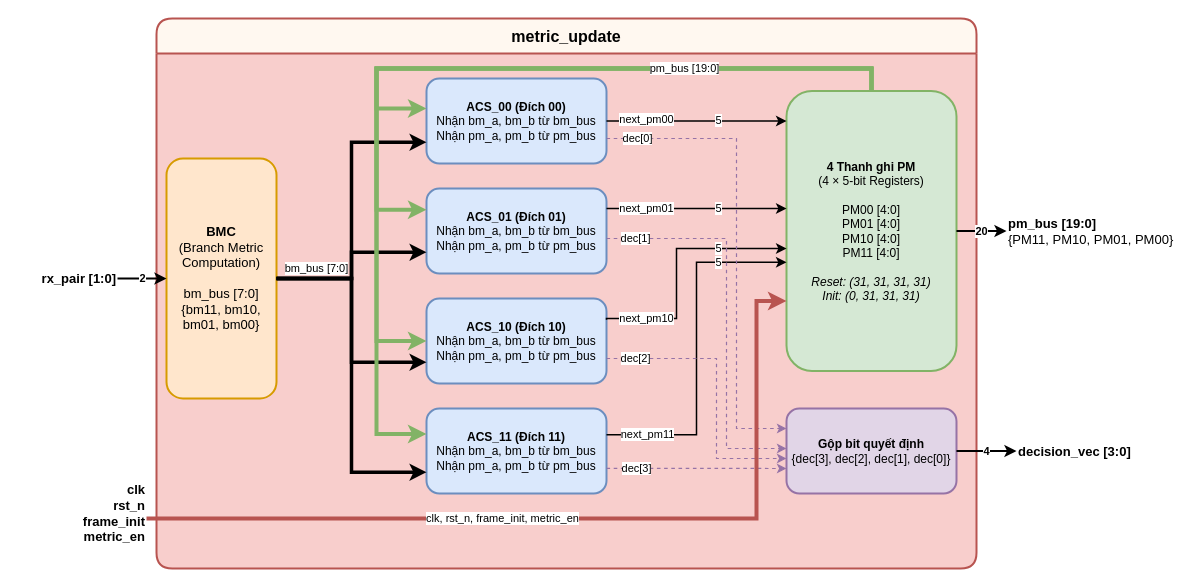
Earlier version of the draw.io diagram page "metric_update" (15 of 18) of docs/Viterbi_decoder.drawio (nvh1811/viterbi_decoder). Source tidied: cells renumbered, new cells numbered last; positions are measured from the earlier drawing's top-left corner, leaving out a move shared by most shapes. Both pictures are drawn from the tidied source at 100%, with x=0, y=0 at pixel (17, 18).
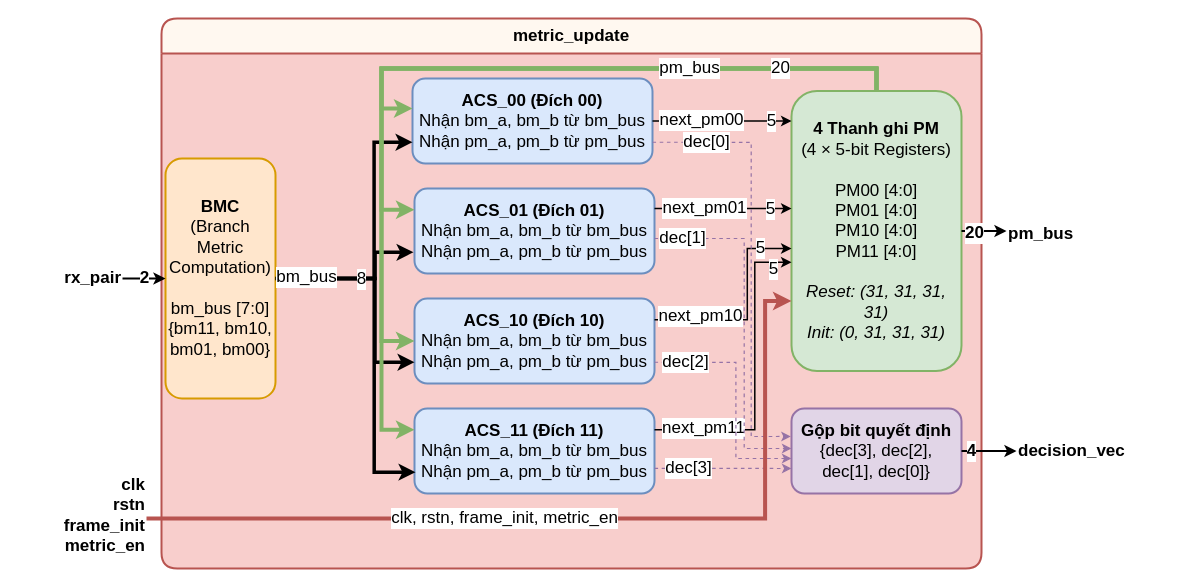
Above is the later version.

Diff of the diagram source:
```diff
@@
-    <mxCell id="2" value="metric_update" style="swimlane;whiteSpace=wrap;html=1;fillColor=#FFF8F0;strokeColor=#B85450;strokeWidth=2;fontStyle=1;fontSize=16;startSize=35;rounded=1;gradientColor=none;swimlaneFillColor=#F8CECC;" parent="1" vertex="1">
-      <mxGeometry x="139" width="820" height="550" as="geometry" />
+    <mxCell id="2" value="&lt;font style=&quot;font-size: 17px;&quot;&gt;metric_update&lt;/font&gt;" style="swimlane;whiteSpace=wrap;html=1;fillColor=#FFF8F0;strokeColor=#B85450;strokeWidth=2;fontStyle=1;fontSize=16;startSize=35;rounded=1;gradientColor=none;swimlaneFillColor=#F8CECC;" parent="1" vertex="1">
+      <mxGeometry x="144" width="820" height="550" as="geometry" />
     </mxCell>
-    <mxCell id="3" value="&lt;b&gt;BMC&lt;/b&gt;&lt;br&gt;(Branch Metric&lt;br&gt;Computation)&lt;br&gt;&lt;br&gt;bm_bus [7:0]&lt;br&gt;{bm11, bm10,&lt;br&gt;bm01, bm00}" style="rounded=1;whiteSpace=wrap;html=1;fillColor=#FFE6CC;strokeColor=#D79B00;strokeWidth=2;fontSize=13;" parent="2" vertex="1">
-      <mxGeometry x="10" y="140" width="110" height="240" as="geometry" />
+    <mxCell id="3" value="&lt;b&gt;BMC&lt;/b&gt;&lt;br&gt;(Branch Metric&lt;br&gt;Computation)&lt;br&gt;&lt;br&gt;bm_bus [7:0]&lt;br&gt;{bm11, bm10,&lt;br&gt;bm01, bm00}" style="rounded=1;whiteSpace=wrap;html=1;fillColor=#FFE6CC;strokeColor=#D79B00;strokeWidth=2;fontSize=17;" parent="2" vertex="1">
+      <mxGeometry x="4" y="140" width="110" height="240" as="geometry" />
     </mxCell>
-    <mxCell id="4" value="&lt;b&gt;ACS_00 (Đích 00)&lt;/b&gt;&lt;br&gt;Nhận bm_a, bm_b từ bm_bus&lt;div&gt;Nhận pm_a, pm_b từ pm_bus&lt;/div&gt;" style="rounded=1;whiteSpace=wrap;html=1;fillColor=#DAE8FC;strokeColor=#6C8EBF;strokeWidth=2;fontSize=12;" parent="2" vertex="1">
-      <mxGeometry x="270" y="60" width="180" height="85" as="geometry" />
+    <mxCell id="4" value="&lt;b&gt;ACS_00 (Đích 00)&lt;/b&gt;&lt;br&gt;Nhận bm_a, bm_b từ bm_bus&lt;div&gt;Nhận pm_a, pm_b từ pm_bus&lt;/div&gt;" style="rounded=1;whiteSpace=wrap;html=1;fillColor=#DAE8FC;strokeColor=#6C8EBF;strokeWidth=2;fontSize=17;" parent="2" vertex="1">
+      <mxGeometry x="251" y="60" width="240" height="85" as="geometry" />
     </mxCell>
-    <mxCell id="5" value="&lt;b&gt;ACS_01 (Đích 01)&lt;/b&gt;&lt;br&gt;Nhận bm_a, bm_b từ bm_bus&lt;div&gt;Nhận pm_a, pm_b từ pm_bus&lt;/div&gt;" style="rounded=1;whiteSpace=wrap;html=1;fillColor=#DAE8FC;strokeColor=#6C8EBF;strokeWidth=2;fontSize=12;" parent="2" vertex="1">
-      <mxGeometry x="270" y="170" width="180" height="85" as="geometry" />
+    <mxCell id="5" value="&lt;b&gt;ACS_01 (Đích 01)&lt;/b&gt;&lt;br&gt;Nhận bm_a, bm_b từ bm_bus&lt;div&gt;Nhận pm_a, pm_b từ pm_bus&lt;/div&gt;" style="rounded=1;whiteSpace=wrap;html=1;fillColor=#DAE8FC;strokeColor=#6C8EBF;strokeWidth=2;fontSize=17;" parent="2" vertex="1">
+      <mxGeometry x="253" y="170" width="240" height="85" as="geometry" />
     </mxCell>
-    <mxCell id="6" value="&lt;b&gt;ACS_10 (Đích 10)&lt;/b&gt;&lt;br&gt;Nhận bm_a, bm_b từ bm_bus&lt;div&gt;Nhận pm_a, pm_b từ pm_bus&lt;/div&gt;" style="rounded=1;whiteSpace=wrap;html=1;fillColor=#DAE8FC;strokeColor=#6C8EBF;strokeWidth=2;fontSize=12;" parent="2" vertex="1">
-      <mxGeometry x="270" y="280" width="180" height="85" as="geometry" />
+    <mxCell id="6" value="&lt;b&gt;ACS_10 (Đích 10)&lt;/b&gt;&lt;br&gt;Nhận bm_a, bm_b từ bm_bus&lt;div&gt;Nhận pm_a, pm_b từ pm_bus&lt;/div&gt;" style="rounded=1;whiteSpace=wrap;html=1;fillColor=#DAE8FC;strokeColor=#6C8EBF;strokeWidth=2;fontSize=17;" parent="2" vertex="1">
+      <mxGeometry x="253" y="280" width="240" height="85" as="geometry" />
     </mxCell>
-    <mxCell id="7" value="&lt;b&gt;ACS_11 (Đích 11)&lt;/b&gt;&lt;br&gt;Nhận bm_a, bm_b từ bm_bus&lt;div&gt;Nhận pm_a, pm_b từ pm_bus&lt;/div&gt;" style="rounded=1;whiteSpace=wrap;html=1;fillColor=#DAE8FC;strokeColor=#6C8EBF;strokeWidth=2;fontSize=12;" parent="2" vertex="1">
-      <mxGeometry x="270" y="390" width="180" height="85" as="geometry" />
+    <mxCell id="7" value="&lt;b&gt;ACS_11 (Đích 11)&lt;/b&gt;&lt;br&gt;Nhận bm_a, bm_b từ bm_bus&lt;div&gt;Nhận pm_a, pm_b từ pm_bus&lt;/div&gt;" style="rounded=1;whiteSpace=wrap;html=1;fillColor=#DAE8FC;strokeColor=#6C8EBF;strokeWidth=2;fontSize=17;" parent="2" vertex="1">
+      <mxGeometry x="253" y="390" width="240" height="85" as="geometry" />
     </mxCell>
-    <mxCell id="8" value="&lt;b&gt;4 Thanh ghi PM&lt;/b&gt;&lt;br&gt;(4 × 5-bit Registers)&lt;br&gt;&lt;br&gt;PM00 [4:0]&lt;br&gt;PM01 [4:0]&lt;br&gt;PM10 [4:0]&lt;br&gt;PM11 [4:0]&lt;br&gt;&lt;br&gt;&lt;i&gt;Reset: (31, 31, 31, 31)&lt;br&gt;Init: (0, 31, 31, 31)&lt;/i&gt;" style="rounded=1;whiteSpace=wrap;html=1;fillColor=#D5E8D4;strokeColor=#82B366;strokeWidth=2;fontSize=12;" parent="2" vertex="1">
+    <mxCell id="8" value="&lt;b&gt;4 Thanh ghi PM&lt;/b&gt;&lt;br&gt;(4 × 5-bit Registers)&lt;br&gt;&lt;br&gt;PM00 [4:0]&lt;br&gt;PM01 [4:0]&lt;br&gt;PM10 [4:0]&lt;br&gt;PM11 [4:0]&lt;br&gt;&lt;br&gt;&lt;i&gt;Reset: (31, 31, 31, 31)&lt;br&gt;Init: (0, 31, 31, 31)&lt;/i&gt;" style="rounded=1;whiteSpace=wrap;html=1;fillColor=#D5E8D4;strokeColor=#82B366;strokeWidth=2;fontSize=17;" parent="2" vertex="1">
       <mxGeometry x="630" y="72.5" width="170" height="280" as="geometry" />
     </mxCell>
-    <mxCell id="9" value="&lt;b&gt;Gộp bit quyết định&lt;/b&gt;&lt;br&gt;{dec[3], dec[2], dec[1], dec[0]}" style="rounded=1;whiteSpace=wrap;html=1;fillColor=#E1D5E7;strokeColor=#9673A6;strokeWidth=2;fontSize=12;" parent="2" vertex="1">
+    <mxCell id="9" value="&lt;b&gt;Gộp bit quyết định&lt;/b&gt;&lt;br&gt;{dec[3], dec[2], dec[1], dec[0]}" style="rounded=1;whiteSpace=wrap;html=1;fillColor=#E1D5E7;strokeColor=#9673A6;strokeWidth=2;fontSize=17;" parent="2" vertex="1">
       <mxGeometry x="630" y="390" width="170" height="85" as="geometry" />
     </mxCell>
-    <mxCell id="10" value="bm_bus [7:0]" style="edgeStyle=orthogonalEdgeStyle;rounded=0;html=1;strokeWidth=3.5;entryX=0;entryY=0.75;entryDx=0;entryDy=0;exitX=1;exitY=0.5;exitDx=0;exitDy=0;" parent="2" edge="1" source="3" target="4">
-      <mxGeometry x="-0.72" y="10" relative="1" as="geometry" />
+    <mxCell id="10" style="edgeStyle=orthogonalEdgeStyle;rounded=0;html=1;strokeWidth=3.5;entryX=0;entryY=0.75;entryDx=0;entryDy=0;exitX=1;exitY=0.5;exitDx=0;exitDy=0;fontSize=17;" parent="2" edge="1" source="3" target="4">
+      <mxGeometry x="-0.8" y="-17" relative="1" as="geometry">
+        <Array as="points">
+          <mxPoint x="212.6" y="260" />
+          <mxPoint x="212.6" y="123.8" />
+        </Array>
+      </mxGeometry>
     </mxCell>
-    <mxCell id="11" style="edgeStyle=orthogonalEdgeStyle;rounded=0;html=1;strokeWidth=3.5;entryX=0;entryY=0.75;entryDx=0;entryDy=0;" parent="2" edge="1" source="3" target="5">
-      <mxGeometry x="0.32" relative="1" as="geometry" />
+    <mxCell id="11" style="edgeStyle=orthogonalEdgeStyle;rounded=0;html=1;strokeWidth=3.5;entryX=0;entryY=0.75;entryDx=0;entryDy=0;" parent="2" edge="1">
+      <mxGeometry x="0.32" relative="1" as="geometry">
+        <mxPoint x="119" y="260" as="sourcePoint" />
+        <mxPoint x="252" y="233.8" as="targetPoint" />
+        <Array as="points">
+          <mxPoint x="213.6" y="260" />
+          <mxPoint x="213.6" y="233.8" />
+        </Array>
+      </mxGeometry>
     </mxCell>
     <mxCell id="12" style="edgeStyle=orthogonalEdgeStyle;rounded=0;html=1;strokeWidth=3.5;entryX=0;entryY=0.75;entryDx=0;entryDy=0;" parent="2" edge="1" source="3" target="6">
-      <mxGeometry x="0.16" relative="1" as="geometry" />
+      <mxGeometry x="0.16" relative="1" as="geometry">
+        <Array as="points">
+          <mxPoint x="213.5" y="260" />
+          <mxPoint x="213.5" y="343.8" />
+        </Array>
+      </mxGeometry>
     </mxCell>
-    <mxCell id="13" style="edgeStyle=orthogonalEdgeStyle;rounded=0;html=1;strokeWidth=3.5;entryX=0;entryY=0.75;entryDx=0;entryDy=0;" parent="2" edge="1" source="3" target="7">
-      <mxGeometry x="0.08" relative="1" as="geometry" />
+    <mxCell id="13" style="edgeStyle=orthogonalEdgeStyle;rounded=0;html=1;strokeWidth=3.5;entryX=0;entryY=0.75;entryDx=0;entryDy=0;fontSize=17;" parent="2" edge="1">
+      <mxGeometry x="0.08" relative="1" as="geometry">
+        <mxPoint x="121" y="260" as="sourcePoint" />
+        <mxPoint x="254" y="453.7" as="targetPoint" />
+        <Array as="points">
+          <mxPoint x="212.7" y="260" />
+          <mxPoint x="212.7" y="453.8" />
+        </Array>
+      </mxGeometry>
     </mxCell>
+    <mxCell id="39" value="8" style="edgeLabel;html=1;align=center;verticalAlign=middle;inheritText=1;fontSize=17;" parent="13" vertex="1">
+      <mxGeometry x="-0.54" y="-2" relative="1" as="geometry">
+        <mxPoint x="3" y="-2" as="offset" />
+      </mxGeometry>
+    </mxCell>
+    <mxCell id="40" value="bm_bus" style="edgeLabel;html=1;align=center;verticalAlign=middle;inheritText=1;fontSize=17;" parent="13" vertex="1">
+      <mxGeometry x="-0.86" y="2" relative="1" as="geometry" />
+    </mxCell>
-    <mxCell id="14" value="next_pm00" style="edgeStyle=orthogonalEdgeStyle;rounded=0;html=1;strokeWidth=1.5;" parent="2" edge="1" source="4" target="8">
-      <mxGeometry x="-0.56" y="2" relative="1" as="geometry">
+    <mxCell id="14" value="next_pm00" style="edgeStyle=orthogonalEdgeStyle;rounded=0;html=1;strokeWidth=1.5;fontSize=17;" parent="2" edge="1" source="4" target="8">
+      <mxGeometry x="-0.3" y="1" relative="1" as="geometry">
         <Array as="points">
           <mxPoint x="530" y="102.5" />
           <mxPoint x="530" y="102.5" />
         </Array>
       </mxGeometry>
     </mxCell>
-    <mxCell id="15" value="5" style="edgeLabel;html=1;align=center;verticalAlign=middle;inheritText=1;" parent="14" vertex="1">
+    <mxCell id="15" value="5" style="edgeLabel;html=1;align=center;verticalAlign=middle;inheritText=fontFamily,fontColor,fontStyle,textOpacity,labelBorderColor,labelBorderWidth,labelBackgroundColor,defaultLabelBackgroundColor,labelPadding;fontSize=17;" parent="14" vertex="1">
       <mxGeometry x="0.12" y="-1" relative="1" as="geometry">
-        <mxPoint x="10" y="-2" as="offset" />
+        <mxPoint x="40" y="-1" as="offset" />
       </mxGeometry>
     </mxCell>
-    <mxCell id="16" value="next_pm01" style="edgeStyle=orthogonalEdgeStyle;rounded=0;html=1;strokeWidth=1.5;" parent="2" edge="1" source="5" target="8">
-      <mxGeometry x="-0.56" relative="1" as="geometry">
+    <mxCell id="16" value="next_pm01" style="edgeStyle=orthogonalEdgeStyle;rounded=0;html=1;strokeWidth=1.5;fontSize=17;" parent="2" edge="1" source="5" target="8">
+      <mxGeometry x="-0.27" relative="1" as="geometry">
         <Array as="points">
           <mxPoint x="590" y="190" />
           <mxPoint x="590" y="190" />
         </Array>
       </mxGeometry>
     </mxCell>
-    <mxCell id="17" value="5" style="edgeLabel;html=1;align=center;verticalAlign=middle;inheritText=1;" parent="16" vertex="1">
+    <mxCell id="17" value="5" style="edgeLabel;html=1;align=center;verticalAlign=middle;inheritText=1;fontSize=17;" parent="16" vertex="1">
       <mxGeometry x="0.29" relative="1" as="geometry">
-        <mxPoint x="-5" y="-1" as="offset" />
+        <mxPoint x="27" as="offset" />
       </mxGeometry>
     </mxCell>
-    <mxCell id="18" value="next_pm10" style="edgeStyle=orthogonalEdgeStyle;rounded=0;html=1;strokeWidth=1.5;exitX=1;exitY=0.25;exitDx=0;exitDy=0;" parent="2" edge="1" source="6" target="8">
-      <mxGeometry x="-0.67" relative="1" as="geometry">
+    <mxCell id="18" value="next_pm10" style="edgeStyle=orthogonalEdgeStyle;rounded=0;html=1;strokeWidth=1.5;exitX=1;exitY=0.25;exitDx=0;exitDy=0;fontSize=17;" parent="2" edge="1" source="6" target="8">
+      <mxGeometry x="-0.56" y="3" relative="1" as="geometry">
         <Array as="points">
-          <mxPoint x="450" y="300" />
-          <mxPoint x="520" y="300" />
-          <mxPoint x="520" y="230" />
+          <mxPoint x="585.8" y="301.3" />
+          <mxPoint x="585.8" y="230" />
         </Array>
       </mxGeometry>
     </mxCell>
-    <mxCell id="19" value="5" style="edgeLabel;html=1;align=center;verticalAlign=middle;inheritText=1;" parent="18" vertex="1">
-      <mxGeometry x="0.42" relative="1" as="geometry">
-        <mxPoint x="5" y="-1" as="offset" />
+    <mxCell id="19" value="5" style="edgeLabel;html=1;align=center;verticalAlign=middle;inheritText=1;fontSize=17;" parent="18" vertex="1">
+      <mxGeometry x="0.18" relative="1" as="geometry">
+        <mxPoint x="13" y="-42" as="offset" />
       </mxGeometry>
     </mxCell>
-    <mxCell id="20" value="next_pm11" style="edgeStyle=orthogonalEdgeStyle;rounded=0;html=1;strokeWidth=1.5;" parent="2" edge="1">
-      <mxGeometry x="-0.77" relative="1" as="geometry">
-        <mxPoint x="450" y="416.2" as="sourcePoint" />
+    <mxCell id="20" value="next_pm11" style="edgeStyle=orthogonalEdgeStyle;rounded=0;html=1;strokeWidth=1.5;exitX=1;exitY=0.25;exitDx=0;exitDy=0;fontSize=17;" parent="2" edge="1" source="7">
+      <mxGeometry x="-0.68" y="1" relative="1" as="geometry">
         <mxPoint x="630" y="243.8" as="targetPoint" />
         <Array as="points">
-          <mxPoint x="540" y="416.3" />
-          <mxPoint x="540" y="243.8" />
+          <mxPoint x="593.3" y="411.3" />
+          <mxPoint x="593.3" y="243.8" />
         </Array>
       </mxGeometry>
     </mxCell>
-    <mxCell id="21" value="5" style="edgeLabel;html=1;align=center;verticalAlign=middle;inheritText=1;" parent="20" vertex="1">
+    <mxCell id="21" value="5" style="edgeLabel;html=1;align=center;verticalAlign=middle;inheritText=1;fontSize=17;" parent="20" vertex="1">
       <mxGeometry x="0.55" y="-1" relative="1" as="geometry">
-        <mxPoint x="11" y="-1" as="offset" />
+        <mxPoint x="17" y="-25" as="offset" />
       </mxGeometry>
     </mxCell>
-    <mxCell id="22" value="dec[0]" style="edgeStyle=orthogonalEdgeStyle;rounded=0;html=1;strokeColor=#9673A6;strokeWidth=1.2;dashed=1;" parent="2" edge="1">
-      <mxGeometry x="-0.87" relative="1" as="geometry">
-        <mxPoint x="450" y="120" as="sourcePoint" />
-        <mxPoint x="630" y="410" as="targetPoint" />
+    <mxCell id="22" value="dec[0]" style="edgeStyle=orthogonalEdgeStyle;rounded=0;html=1;strokeColor=#9673A6;strokeWidth=1.2;dashed=1;exitX=1;exitY=0.75;exitDx=0;exitDy=0;fontSize=17;entryX=-0.004;entryY=0.329;entryDx=0;entryDy=0;entryPerimeter=0;" parent="2" edge="1" source="4" target="9">
+      <mxGeometry x="-0.75" relative="1" as="geometry">
         <Array as="points">
-          <mxPoint x="580" y="120" />
-          <mxPoint x="580" y="410" />
-          <mxPoint x="630" y="410" />
+          <mxPoint x="589.7" y="123.8" />
+          <mxPoint x="589.7" y="418" />
         </Array>
       </mxGeometry>
     </mxCell>
-    <mxCell id="23" value="dec[1]" style="edgeStyle=orthogonalEdgeStyle;rounded=0;html=1;strokeColor=#9673A6;strokeWidth=1.2;dashed=1;" parent="2" edge="1" source="5" target="9">
-      <mxGeometry x="-0.85" relative="1" as="geometry">
+    <mxCell id="23" value="dec[1]" style="edgeStyle=orthogonalEdgeStyle;rounded=0;html=1;strokeColor=#9673A6;strokeWidth=1.2;dashed=1;fontSize=17;" parent="2" edge="1" source="5" target="9">
+      <mxGeometry x="-0.84" relative="1" as="geometry">
         <Array as="points">
-          <mxPoint x="570" y="220" />
-          <mxPoint x="570" y="430" />
+          <mxPoint x="582.7" y="220" />
+          <mxPoint x="582.7" y="430" />
         </Array>
       </mxGeometry>
     </mxCell>
-    <mxCell id="24" value="dec[3]" style="edgeStyle=orthogonalEdgeStyle;rounded=0;html=1;strokeColor=#9673A6;strokeWidth=1.2;dashed=1;exitX=1;exitY=0.705;exitDx=0;exitDy=0;exitPerimeter=0;" parent="2" edge="1" source="7">
-      <mxGeometry x="-0.67" relative="1" as="geometry">
+    <mxCell id="24" value="dec[3]" style="edgeStyle=orthogonalEdgeStyle;rounded=0;html=1;strokeColor=#9673A6;strokeWidth=1.2;dashed=1;exitX=1;exitY=0.705;exitDx=0;exitDy=0;exitPerimeter=0;fontSize=17;" parent="2" edge="1" source="7">
+      <mxGeometry x="-0.5" relative="1" as="geometry">
         <mxPoint x="630" y="450" as="targetPoint" />
       </mxGeometry>
     </mxCell>
@@
-    <mxCell id="28" style="edgeStyle=orthogonalEdgeStyle;rounded=0;html=1;strokeWidth=4;strokeColor=#82B366;exitX=0.5;exitY=0;exitDx=0;exitDy=0;entryX=0;entryY=0.25;entryDx=0;entryDy=0;" parent="2" edge="1" source="8">
-      <mxGeometry x="-0.65" relative="1" as="geometry">
-        <mxPoint x="270" y="415.5" as="targetPoint" />
+    <mxCell id="28" style="edgeStyle=orthogonalEdgeStyle;rounded=0;html=1;strokeWidth=4;strokeColor=#82B366;exitX=0.5;exitY=0;exitDx=0;exitDy=0;entryX=0;entryY=0.25;entryDx=0;entryDy=0;" parent="2" edge="1" source="8" target="7">
+      <mxGeometry x="-0.64" relative="1" as="geometry">
         <Array as="points">
           <mxPoint x="715" y="50" />
           <mxPoint x="220" y="50" />
-          <mxPoint x="220" y="415.5" />
+          <mxPoint x="220" y="411.3" />
         </Array>
       </mxGeometry>
     </mxCell>
-    <mxCell id="29" value="pm_bus [19:0]" style="edgeLabel;html=1;align=center;verticalAlign=middle;inheritText=1;" parent="28" vertex="1">
-      <mxGeometry x="-0.55" y="-1" relative="1" as="geometry" />
+    <mxCell id="29" value="pm_bus" style="edgeLabel;html=1;align=center;verticalAlign=middle;inheritText=fontFamily,fontColor,fontStyle,textOpacity,labelBorderColor,labelBorderWidth,labelBackgroundColor,defaultLabelBackgroundColor,labelPadding;fontSize=17;" parent="28" vertex="1">
+      <mxGeometry x="-0.54" y="-1" relative="1" as="geometry" />
     </mxCell>
+    <mxCell id="41" value="20" style="edgeLabel;html=1;align=center;verticalAlign=middle;inheritText=fontFamily,fontColor,fontStyle,textOpacity,labelBorderColor,labelBorderWidth,labelBackgroundColor,defaultLabelBackgroundColor,labelPadding;fontSize=17;" parent="28" vertex="1">
+      <mxGeometry x="-0.74" y="-1" relative="1" as="geometry" />
+    </mxCell>
-    <mxCell id="30" value="dec[2]" style="edgeStyle=orthogonalEdgeStyle;rounded=0;html=1;strokeColor=#9673A6;strokeWidth=1.2;dashed=1;entryX=0;entryY=0.588;entryDx=0;entryDy=0;entryPerimeter=0;" parent="2" edge="1" target="9">
-      <mxGeometry x="-0.79" relative="1" as="geometry">
-        <mxPoint x="450" y="340" as="sourcePoint" />
+    <mxCell id="30" value="dec[2]" style="edgeStyle=orthogonalEdgeStyle;rounded=0;html=1;strokeColor=#9673A6;strokeWidth=1.2;dashed=1;entryX=0;entryY=0.588;entryDx=0;entryDy=0;entryPerimeter=0;exitX=1;exitY=0.75;exitDx=0;exitDy=0;fontSize=17;" parent="2" edge="1" source="6" target="9">
+      <mxGeometry x="-0.73" relative="1" as="geometry">
         <Array as="points">
-          <mxPoint x="560" y="340" />
-          <mxPoint x="560" y="440" />
+          <mxPoint x="574.4" y="343.8" />
+          <mxPoint x="574.4" y="440" />
         </Array>
       </mxGeometry>
     </mxCell>
-    <mxCell id="31" value="&lt;b&gt;rx_pair [1:0]&lt;/b&gt;" style="text;html=1;align=right;verticalAlign=middle;points=[];fontSize=13;" parent="1" vertex="1">
-      <mxGeometry y="245" width="100" height="30" as="geometry" />
+    <mxCell id="31" value="&lt;b&gt;rx_pair&lt;/b&gt;" style="text;html=1;align=right;verticalAlign=middle;points=[];fontSize=17;" parent="1" vertex="1">
+      <mxGeometry x="30" y="244" width="75" height="32" as="geometry" />
     </mxCell>
-    <mxCell id="32" value="&lt;b&gt;pm_bus [19:0]&lt;/b&gt;&lt;br&gt;{PM11, PM10, PM01, PM00}" style="text;html=1;align=left;verticalAlign=middle;points=[];fontSize=13;" parent="1" vertex="1">
-      <mxGeometry x="989" y="192.5" width="180" height="40" as="geometry" />
+    <mxCell id="32" value="&lt;b&gt;pm_bus&lt;/b&gt;" style="text;html=1;align=left;verticalAlign=middle;points=[];fontSize=17;" parent="1" vertex="1">
+      <mxGeometry x="989" y="199.5" width="83" height="32" as="geometry" />
     </mxCell>
-    <mxCell id="33" value="&lt;b&gt;decision_vec [3:0]&lt;/b&gt;" style="text;html=1;align=left;verticalAlign=middle;points=[];fontSize=13;" parent="1" vertex="1">
-      <mxGeometry x="999" y="417.5" width="140" height="30" as="geometry" />
+    <mxCell id="33" value="&lt;b&gt;decision_vec&lt;/b&gt;" style="text;html=1;align=left;verticalAlign=middle;points=[];fontSize=17;" parent="1" vertex="1">
+      <mxGeometry x="999" y="416.5" width="125" height="32" as="geometry" />
     </mxCell>
-    <mxCell id="34" value="2" style="edgeStyle=orthogonalEdgeStyle;rounded=0;jettySize=auto;html=1;strokeWidth=2;fontStyle=1;" parent="1" edge="1" source="31" target="3">
+    <mxCell id="34" value="2" style="edgeStyle=orthogonalEdgeStyle;rounded=0;jettySize=auto;html=1;strokeWidth=2;fontStyle=1;fontSize=17;" parent="1" edge="1" source="31" target="3">
       <mxGeometry relative="1" as="geometry" />
     </mxCell>
-    <mxCell id="35" value="20" style="edgeStyle=orthogonalEdgeStyle;rounded=0;html=1;strokeWidth=2;fontStyle=1;" parent="1" edge="1" source="8" target="32">
-      <mxGeometry relative="1" as="geometry" />
+    <mxCell id="35" value="20" style="edgeStyle=orthogonalEdgeStyle;rounded=0;html=1;strokeWidth=2;fontStyle=1;fontSize=17;" parent="1" edge="1" source="8" target="32">
+      <mxGeometry x="-0.44" y="-1" relative="1" as="geometry">
+        <Array as="points">
+          <mxPoint x="975" y="212.5" />
+          <mxPoint x="975" y="212.5" />
+        </Array>
+        <mxPoint y="1" as="offset" />
+      </mxGeometry>
     </mxCell>
-    <mxCell id="36" value="4" style="edgeStyle=orthogonalEdgeStyle;rounded=0;html=1;strokeWidth=2;fontStyle=1;" parent="1" edge="1" source="9" target="33">
-      <mxGeometry relative="1" as="geometry" />
+    <mxCell id="36" value="4" style="edgeStyle=orthogonalEdgeStyle;rounded=0;html=1;strokeWidth=2;fontStyle=1;fontSize=17;" parent="1" edge="1" source="9" target="33">
+      <mxGeometry x="-0.62" relative="1" as="geometry" />
     </mxCell>
-    <mxCell id="37" value="&lt;b&gt;clk&lt;br&gt;rst_n&lt;br&gt;frame_init&lt;br&gt;metric_en&lt;/b&gt;" style="text;html=1;align=right;verticalAlign=middle;points=[];fontSize=13;" parent="1" vertex="1">
-      <mxGeometry x="39" y="460" width="90" height="70" as="geometry" />
+    <mxCell id="37" value="&lt;b&gt;clk&lt;br&gt;rstn&lt;br&gt;frame_init&lt;br&gt;metric_en&lt;/b&gt;" style="text;html=1;align=right;verticalAlign=middle;points=[];fontSize=17;" parent="1" vertex="1">
+      <mxGeometry x="30" y="450" width="99" height="94" as="geometry" />
     </mxCell>
-    <mxCell id="38" value="clk, rst_n, frame_init, metric_en" style="edgeStyle=orthogonalEdgeStyle;rounded=0;html=1;strokeWidth=4;strokeColor=#B85450;entryX=0;entryY=0.75;entryDx=0;entryDy=0;" parent="1" edge="1" source="37" target="8">
+    <mxCell id="38" value="clk, rstn, frame_init, metric_en" style="edgeStyle=orthogonalEdgeStyle;rounded=0;html=1;strokeWidth=4;strokeColor=#B85450;entryX=0;entryY=0.75;entryDx=0;entryDy=0;fontSize=17;" parent="1" edge="1" source="37" target="8">
       <mxGeometry x="-0.17" relative="1" as="geometry">
         <Array as="points">
-          <mxPoint x="739" y="500" />
-          <mxPoint x="739" y="282.5" />
+          <mxPoint x="747.6" y="500" />
+          <mxPoint x="747.6" y="282.5" />
         </Array>
       </mxGeometry>
     </mxCell>
```
